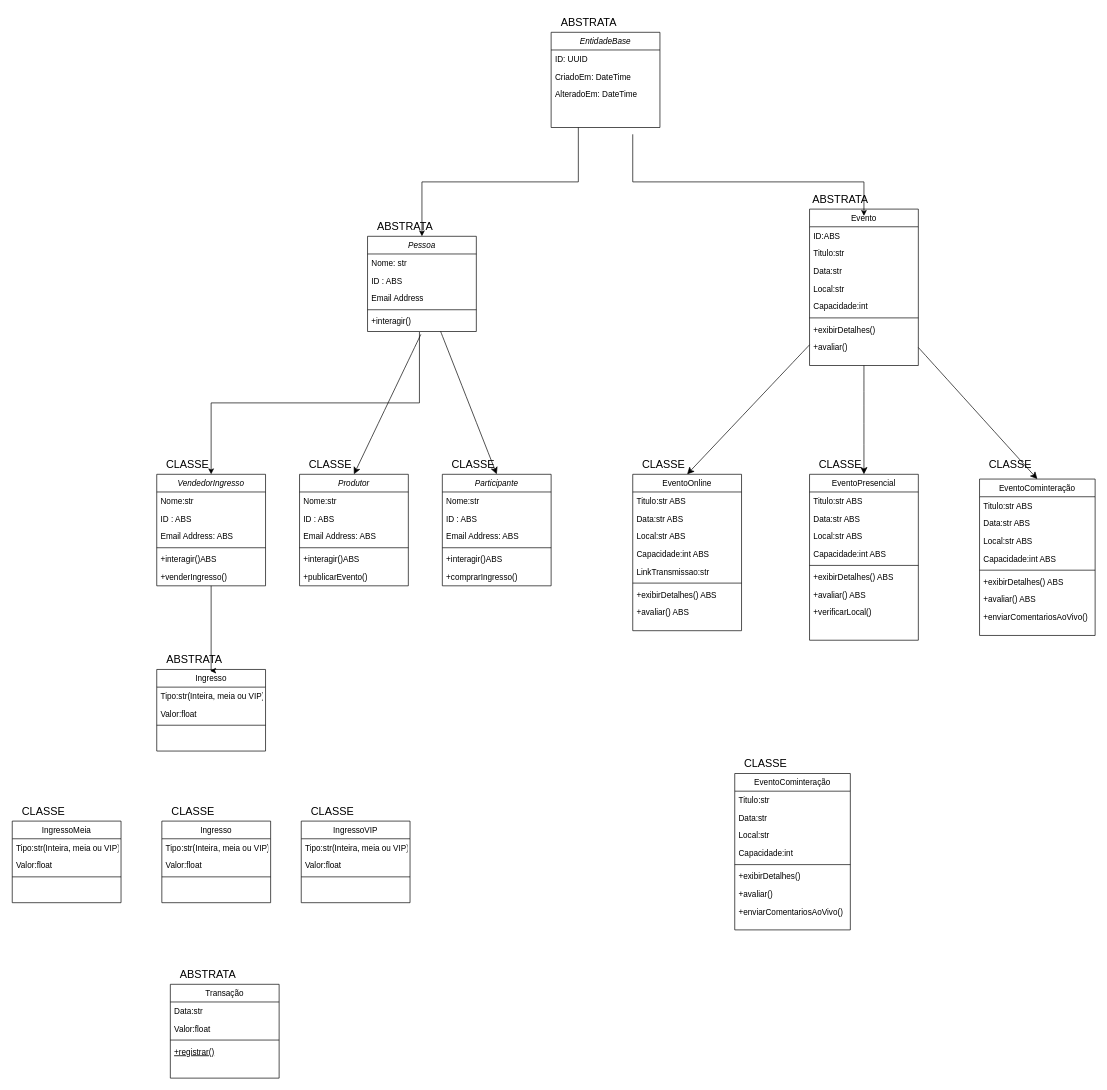
Earlier version of the draw.io diagram Diagrama sem nome.drawio (Ryan-Taito-Hadas/DiagramaBeto). Source tidied: cells renumbered, new cells numbered last; positions are measured from the earlier drawing's top-left corner, leaving out a move shared by most shapes. Both pictures are drawn from the tidied source at 68%, with x=0, y=0 at pixel (12, 12).
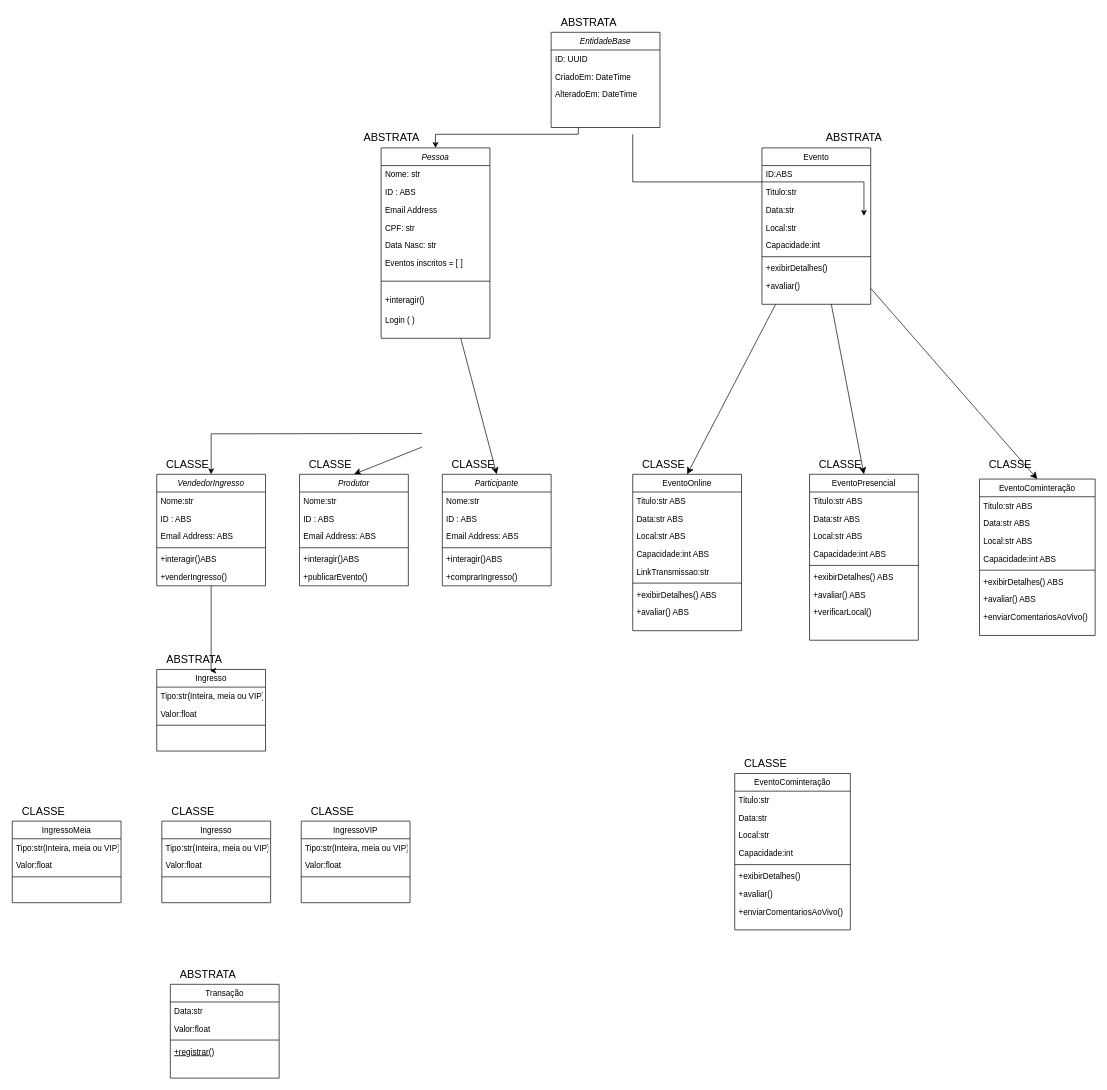
After the change.

Unchanged cells that the change refers to:
```xml
<mxCell id="36" value="Produtor" style="swimlane;fontStyle=2;align=center;verticalAlign=top;horizontal=1;startSize=26;rounded=0;shadow=0;strokeWidth=1;" parent="1" vertex="1">
  <mxGeometry x="422" y="680" width="160" height="164" as="geometry" />
</mxCell>
<mxCell id="94" value="EntidadeBase" style="swimlane;fontStyle=2;align=center;verticalAlign=top;horizontal=1;startSize=26;rounded=0;shadow=0;strokeWidth=1;" parent="1" vertex="1">
  <mxGeometry x="792" y="30" width="160" height="140" as="geometry" />
</mxCell>
<mxCell id="99" value="VendedorIngresso" style="swimlane;fontStyle=2;align=center;verticalAlign=top;horizontal=1;startSize=26;rounded=0;shadow=0;strokeWidth=1;" parent="1" vertex="1">
  <mxGeometry x="212" y="680" width="160" height="164" as="geometry" />
</mxCell>
```

What changed in the source:
```diff
@@
-    <mxCell id="2" style="edgeStyle=none;curved=1;rounded=0;jettySize=auto;html=1;entryX=0.5;entryY=0;entryDx=0;entryDy=0;fontSize=12;startSize=8;endSize=8;exitX=0.49;exitY=1.151;exitDx=0;exitDy=0;exitPerimeter=0;" parent="1" edge="1" source="10" target="36">
-      <mxGeometry relative="1" as="geometry" />
+    <mxCell id="2" style="edgeStyle=none;curved=1;rounded=0;jettySize=auto;html=1;entryX=0.5;entryY=0;entryDx=0;entryDy=0;fontSize=12;startSize=8;endSize=8;" parent="1" edge="1" target="36">
+      <mxGeometry relative="1" as="geometry">
+        <mxPoint x="602" y="640" as="sourcePoint" />
+      </mxGeometry>
     </mxCell>
@@
-    <mxCell id="4" style="edgeStyle=orthogonalEdgeStyle;rounded=0;jettySize=auto;html=1;exitX=0.477;exitY=1.028;exitDx=0;exitDy=0;exitPerimeter=0;" parent="1" edge="1" source="10" target="99">
-      <mxGeometry relative="1" as="geometry" />
+    <mxCell id="4" style="edgeStyle=orthogonalEdgeStyle;rounded=0;jettySize=auto;html=1;" parent="1" edge="1" target="99">
+      <mxGeometry relative="1" as="geometry">
+        <mxPoint x="602" y="620" as="sourcePoint" />
+      </mxGeometry>
     </mxCell>
     <mxCell id="5" value="Pessoa" style="swimlane;fontStyle=2;align=center;verticalAlign=top;horizontal=1;startSize=26;rounded=0;shadow=0;strokeWidth=1;" parent="1" vertex="1">
-      <mxGeometry x="522" y="330" width="160" height="140" as="geometry" />
+      <mxGeometry x="542" y="200" width="160" height="280" as="geometry" />
     </mxCell>
@@
+    <mxCell id="123" value="CPF: str" style="text;align=left;verticalAlign=top;spacingLeft=4;spacingRight=4;overflow=hidden;rounded=0;shadow=0;html=0;" parent="5" vertex="1">
+      <mxGeometry y="104" width="160" height="26" as="geometry" />
+    </mxCell>
+    <mxCell id="124" value="Data Nasc: str" style="text;align=left;verticalAlign=top;spacingLeft=4;spacingRight=4;overflow=hidden;rounded=0;shadow=0;html=0;" parent="5" vertex="1">
+      <mxGeometry y="130" width="160" height="26" as="geometry" />
+    </mxCell>
+    <mxCell id="125" value="Eventos inscritos = [ ] " style="text;align=left;verticalAlign=top;spacingLeft=4;spacingRight=4;overflow=hidden;rounded=0;shadow=0;html=0;" parent="5" vertex="1">
+      <mxGeometry y="156" width="160" height="26" as="geometry" />
+    </mxCell>
     <mxCell id="9" style="line;html=1;strokeWidth=1;align=left;verticalAlign=middle;spacingTop=-1;spacingLeft=3;spacingRight=3;labelPosition=right;" parent="5" vertex="1">
-      <mxGeometry y="104" width="160" height="8" as="geometry" />
+      <mxGeometry y="182" width="160" height="28" as="geometry" />
     </mxCell>
     <mxCell id="10" value="+interagir()" style="text;align=left;verticalAlign=top;spacingLeft=4;spacingRight=4;overflow=hidden;points=[[0,0.5],[1,0.5]];portConstraint=eastwest;" parent="5" vertex="1">
-      <mxGeometry y="112" width="160" height="28" as="geometry" />
+      <mxGeometry y="210" width="160" height="30" as="geometry" />
     </mxCell>
+    <mxCell id="126" value="Login ( )" style="text;align=left;verticalAlign=top;spacingLeft=4;spacingRight=4;overflow=hidden;" parent="5" vertex="1">
+      <mxGeometry y="240" width="160" height="30" as="geometry" />
+    </mxCell>
@@
     <mxCell id="23" value="Evento" style="swimlane;fontStyle=0;align=center;verticalAlign=top;horizontal=1;startSize=26;rounded=0;shadow=0;strokeWidth=1;" parent="1" vertex="1">
-      <mxGeometry x="1172" y="290" width="160" height="230" as="geometry" />
+      <mxGeometry x="1102" y="200" width="160" height="230" as="geometry" />
     </mxCell>
@@
     <mxCell id="32" value="ABSTRATA" style="text;html=1;align=center;verticalAlign=middle;strokeColor=none;fillColor=none;fontSize=16;" parent="1" vertex="1">
-      <mxGeometry x="522" y="300" width="110" height="30" as="geometry" />
+      <mxGeometry x="502" y="170" width="110" height="30" as="geometry" />
     </mxCell>
     <mxCell id="33" value="ABSTRATA" style="text;html=1;align=center;verticalAlign=middle;strokeColor=none;fillColor=none;fontSize=16;" parent="1" vertex="1">
-      <mxGeometry x="1162" y="260" width="110" height="30" as="geometry" />
+      <mxGeometry x="1182" y="170" width="110" height="30" as="geometry" />
     </mxCell>
@@
     <mxCell id="93" style="edgeStyle=orthogonalEdgeStyle;rounded=0;jettySize=auto;html=1;exitX=0.25;exitY=1;exitDx=0;exitDy=0;" parent="1" edge="1" source="94" target="5">
-      <mxGeometry relative="1" as="geometry" />
+      <mxGeometry relative="1" as="geometry">
+        <Array as="points">
+          <mxPoint x="832" y="180" />
+          <mxPoint x="622" y="180" />
+        </Array>
+      </mxGeometry>
     </mxCell>
```
